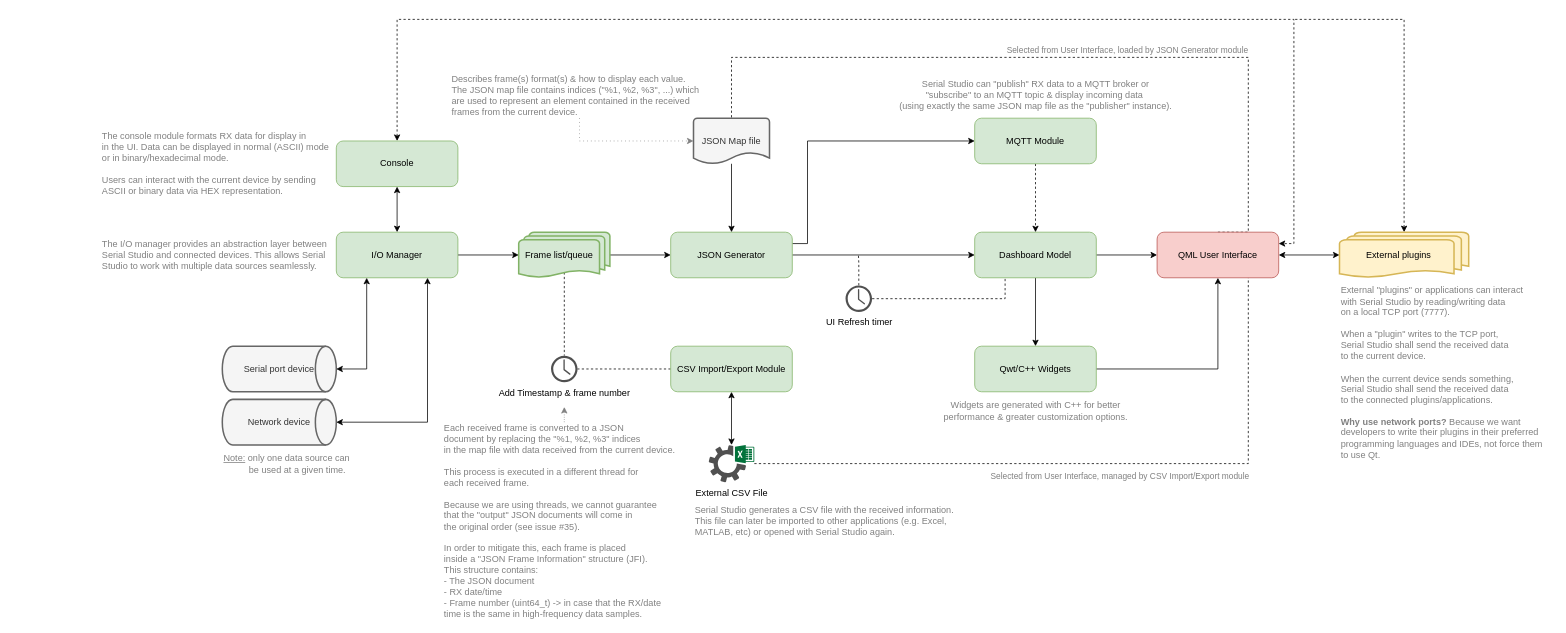
The draw.io diagram doc/architecture/architecture.drawio in Serial-Studio/Serial-Studio, before the edit. Source tidied: cells renumbered, new cells numbered last; positions are measured from the earlier drawing's top-left corner, leaving out a move shared by most shapes. Both pictures are drawn from the tidied source at 76%, with x=0, y=0 at pixel (100, 19).
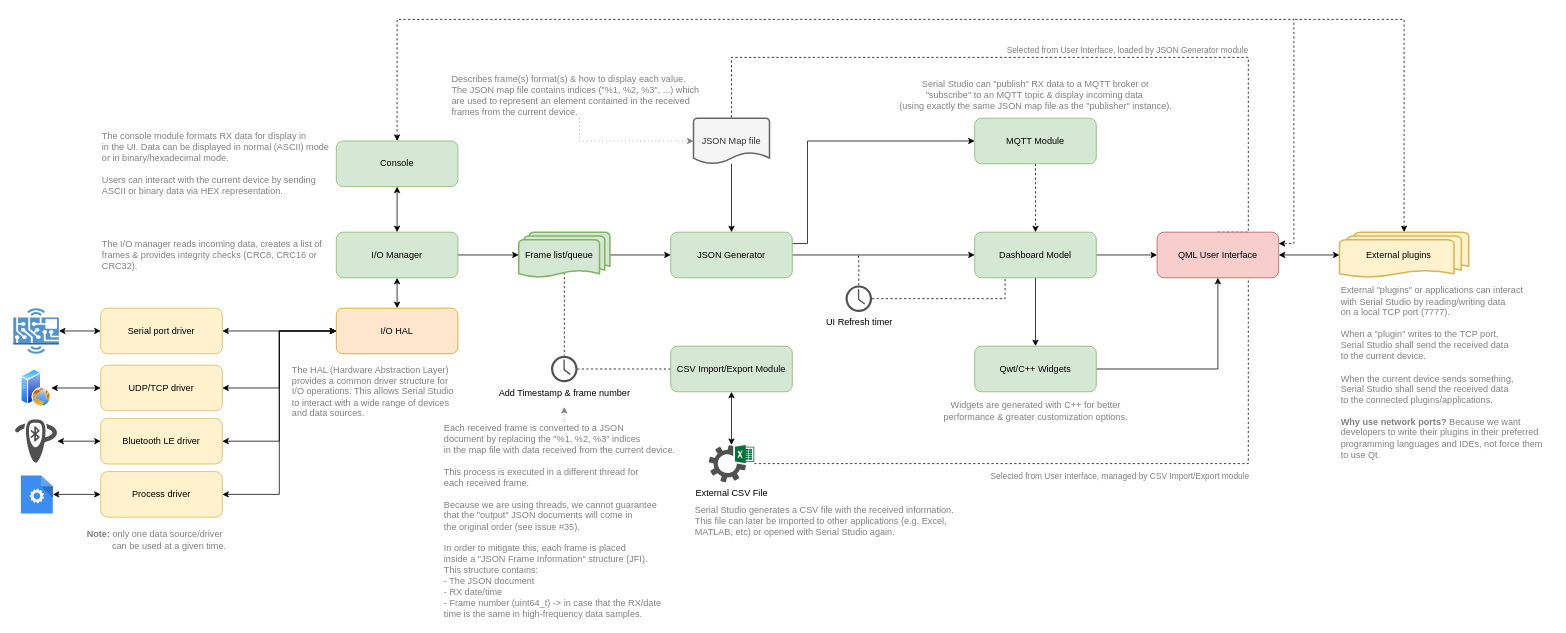
The same diagram, later.

The change refers to these unchanged cells:
```xml
<mxCell id="3" value="I/O Manager" style="rounded=1;whiteSpace=wrap;html=1;fillColor=#d5e8d4;strokeColor=#82b366;" parent="1" vertex="1">
  <mxGeometry x="310" y="280" width="160" height="60" as="geometry" />
</mxCell>
```

Diff of the diagram source:
```diff
@@
+    <mxCell id="53" style="edgeStyle=orthogonalEdgeStyle;rounded=0;jettySize=auto;html=1;exitX=0.5;exitY=1;exitDx=0;exitDy=0;entryX=0.5;entryY=0;entryDx=0;entryDy=0;startArrow=classic;startFill=1;" parent="1" edge="1" source="3" target="54">
+      <mxGeometry relative="1" as="geometry" />
+    </mxCell>
@@
-    <mxCell id="4" style="edgeStyle=orthogonalEdgeStyle;rounded=0;jettySize=auto;html=1;exitX=1;exitY=0.5;exitDx=0;exitDy=0;exitPerimeter=0;entryX=0.25;entryY=1;entryDx=0;entryDy=0;startArrow=classic;startFill=1;" parent="1" edge="1" source="5" target="3">
-      <mxGeometry relative="1" as="geometry" />
-    </mxCell>
-    <mxCell id="5" value="Serial port device" style="strokeWidth=2;html=1;shape=mxgraph.flowchart.direct_data;whiteSpace=wrap;fillColor=#f5f5f5;strokeColor=#666666;fontColor=#333333;" parent="1" vertex="1">
-      <mxGeometry x="160" y="430" width="150" height="60" as="geometry" />
-    </mxCell>
@@
-    <mxCell id="34" style="edgeStyle=orthogonalEdgeStyle;rounded=0;jettySize=auto;html=1;exitX=1;exitY=0.5;exitDx=0;exitDy=0;exitPerimeter=0;entryX=0.75;entryY=1;entryDx=0;entryDy=0;startArrow=classic;startFill=1;" parent="1" edge="1" source="35" target="3">
-      <mxGeometry relative="1" as="geometry" />
-    </mxCell>
-    <mxCell id="35" value="Network device" style="strokeWidth=2;html=1;shape=mxgraph.flowchart.direct_data;whiteSpace=wrap;fillColor=#f5f5f5;strokeColor=#666666;fontColor=#333333;" parent="1" vertex="1">
-      <mxGeometry x="160" y="500" width="150" height="60" as="geometry" />
-    </mxCell>
-    <mxCell id="36" value="&lt;u&gt;Note:&lt;/u&gt; only one data source can &lt;br&gt;&amp;nbsp; &amp;nbsp; &amp;nbsp; &amp;nbsp; &amp;nbsp; be used at a given time." style="text;html=1;align=left;verticalAlign=middle;strokeColor=none;fillColor=none;fontColor=#808080;" parent="1" vertex="1">
-      <mxGeometry x="160" y="570" width="180" height="30" as="geometry" />
-    </mxCell>
@@
-    <mxCell id="47" value="&lt;font color=&quot;#808080&quot;&gt;&lt;span&gt;The I/O manager provides an abstraction layer between&lt;br&gt;Serial Studio and connected devices. This allows Serial&lt;br&gt;Studio to work with multiple data sources seamlessly.&lt;br&gt;&lt;/span&gt;&lt;/font&gt;" style="text;html=1;align=left;verticalAlign=middle;strokeColor=none;fillColor=none;" parent="1" vertex="1">
-      <mxGeometry y="285" width="310" height="50" as="geometry" />
+    <mxCell id="47" value="&lt;font color=&quot;#808080&quot;&gt;&lt;span&gt;The I/O manager reads incoming data, creates a list of&lt;br&gt;frames &amp;amp; provides integrity checks (CRC8, CRC16 or &lt;br&gt;CRC32).&lt;br&gt;&lt;/span&gt;&lt;/font&gt;" style="text;html=1;align=left;verticalAlign=middle;strokeColor=none;fillColor=none;" parent="1" vertex="1">
+      <mxGeometry y="285" width="300" height="50" as="geometry" />
     </mxCell>
@@
+    <mxCell id="54" value="I/O HAL" style="rounded=1;whiteSpace=wrap;html=1;fillColor=#ffe6cc;strokeColor=#d79b00;" parent="1" vertex="1">
+      <mxGeometry x="310" y="380" width="160" height="60" as="geometry" />
+    </mxCell>
+    <mxCell id="55" style="edgeStyle=orthogonalEdgeStyle;rounded=0;jettySize=auto;html=1;exitX=1;exitY=0.5;exitDx=0;exitDy=0;entryX=0;entryY=0.5;entryDx=0;entryDy=0;startArrow=classic;startFill=1;" parent="1" edge="1" source="56" target="54">
+      <mxGeometry relative="1" as="geometry" />
+    </mxCell>
+    <mxCell id="56" value="Serial port driver" style="rounded=1;whiteSpace=wrap;html=1;fillColor=#fff2cc;strokeColor=#d6b656;" parent="1" vertex="1">
+      <mxGeometry y="380" width="160" height="60" as="geometry" />
+    </mxCell>
+    <mxCell id="57" style="edgeStyle=orthogonalEdgeStyle;rounded=0;jettySize=auto;html=1;exitX=1;exitY=0.5;exitDx=0;exitDy=0;entryX=0;entryY=0.5;entryDx=0;entryDy=0;startArrow=classic;startFill=1;" parent="1" edge="1" source="58" target="54">
+      <mxGeometry relative="1" as="geometry" />
+    </mxCell>
+    <mxCell id="58" value="UDP/TCP driver" style="rounded=1;whiteSpace=wrap;html=1;fillColor=#fff2cc;strokeColor=#d6b656;" parent="1" vertex="1">
+      <mxGeometry y="455" width="160" height="60" as="geometry" />
+    </mxCell>
+    <mxCell id="59" style="edgeStyle=orthogonalEdgeStyle;rounded=0;jettySize=auto;html=1;exitX=1;exitY=0.5;exitDx=0;exitDy=0;entryX=0;entryY=0.5;entryDx=0;entryDy=0;startArrow=classic;startFill=1;" parent="1" edge="1" source="60" target="54">
+      <mxGeometry relative="1" as="geometry" />
+    </mxCell>
+    <mxCell id="60" value="Bluetooth LE driver" style="rounded=1;whiteSpace=wrap;html=1;fillColor=#fff2cc;strokeColor=#d6b656;" parent="1" vertex="1">
+      <mxGeometry y="525" width="160" height="60" as="geometry" />
+    </mxCell>
+    <mxCell id="61" style="edgeStyle=orthogonalEdgeStyle;rounded=0;jettySize=auto;html=1;exitX=1;exitY=0.5;exitDx=0;exitDy=0;entryX=0;entryY=0.5;entryDx=0;entryDy=0;startArrow=classic;startFill=1;" parent="1" edge="1" source="62" target="54">
+      <mxGeometry relative="1" as="geometry" />
+    </mxCell>
+    <mxCell id="62" value="Process driver" style="rounded=1;whiteSpace=wrap;html=1;fillColor=#fff2cc;strokeColor=#d6b656;" parent="1" vertex="1">
+      <mxGeometry y="595" width="160" height="60" as="geometry" />
+    </mxCell>
+    <mxCell id="63" value="&lt;font color=&quot;#808080&quot;&gt;&lt;span&gt;The HAL (Hardware Abstraction Layer)&lt;br&gt;provides a common driver structure for&lt;br&gt;I/O operations. This allows Serial Studio&lt;br&gt;to interact with a wide range of devices&lt;br&gt;and data sources.&lt;br&gt;&lt;/span&gt;&lt;/font&gt;" style="text;html=1;align=left;verticalAlign=middle;strokeColor=none;fillColor=none;" parent="1" vertex="1">
+      <mxGeometry x="250" y="450" width="230" height="80" as="geometry" />
+    </mxCell>
+    <mxCell id="64" style="edgeStyle=orthogonalEdgeStyle;rounded=0;jettySize=auto;html=1;startArrow=classic;startFill=1;" parent="1" edge="1" source="65" target="58">
+      <mxGeometry relative="1" as="geometry" />
+    </mxCell>
+    <mxCell id="65" style="perimeter=ellipsePerimeter;html=1;align=center;shadow=0;dashed=0;spacingTop=3;image;image=img/lib/active_directory/web_server.svg;" parent="1" vertex="1">
+      <mxGeometry x="-105" y="460" width="40" height="50" as="geometry" />
+    </mxCell>
+    <mxCell id="66" style="edgeStyle=orthogonalEdgeStyle;rounded=0;jettySize=auto;html=1;startArrow=classic;startFill=1;" parent="1" edge="1" source="67" target="60">
+      <mxGeometry relative="1" as="geometry" />
+    </mxCell>
+    <mxCell id="67" style="sketch=0;shadow=0;dashed=0;html=1;strokeColor=none;fillColor=#505050;labelPosition=center;verticalLabelPosition=bottom;verticalAlign=top;outlineConnect=0;align=center;shape=mxgraph.office.devices.bluetooth;" parent="1" vertex="1">
+      <mxGeometry x="-113" y="526.5" width="56" height="57" as="geometry" />
+    </mxCell>
+    <mxCell id="68" style="edgeStyle=orthogonalEdgeStyle;rounded=0;jettySize=auto;html=1;startArrow=classic;startFill=1;" parent="1" edge="1" source="69" target="62">
+      <mxGeometry relative="1" as="geometry" />
+    </mxCell>
+    <mxCell id="69" style="sketch=0;html=1;strokeColor=none;shadow=0;align=center;verticalAlign=top;fillColor=#3B8DF1;shape=mxgraph.gcp2.process;" parent="1" vertex="1">
+      <mxGeometry x="-105" y="600" width="42" height="50" as="geometry" />
+    </mxCell>
+    <mxCell id="70" style="edgeStyle=orthogonalEdgeStyle;rounded=0;jettySize=auto;html=1;startArrow=classic;startFill=1;" parent="1" edge="1" source="71" target="56">
+      <mxGeometry relative="1" as="geometry" />
+    </mxCell>
+    <mxCell id="71" style="outlineConnect=0;dashed=0;verticalLabelPosition=bottom;verticalAlign=top;align=center;html=1;shape=mxgraph.aws3.hardware_board;fillColor=#5294CF;gradientColor=none;" parent="1" vertex="1">
+      <mxGeometry x="-115" y="380" width="60" height="60" as="geometry" />
+    </mxCell>
+    <mxCell id="72" value="&lt;font color=&quot;#808080&quot;&gt;&lt;b&gt;Note:&lt;/b&gt;&amp;nbsp;only one data source/driver &lt;br&gt;&amp;nbsp; &amp;nbsp; &amp;nbsp; &amp;nbsp; &amp;nbsp; can be used at a given time.&lt;br&gt;&lt;/font&gt;" style="text;html=1;align=left;verticalAlign=middle;strokeColor=none;fillColor=none;" parent="1" vertex="1">
+      <mxGeometry x="-20" y="670" width="200" height="30" as="geometry" />
+    </mxCell>
```
